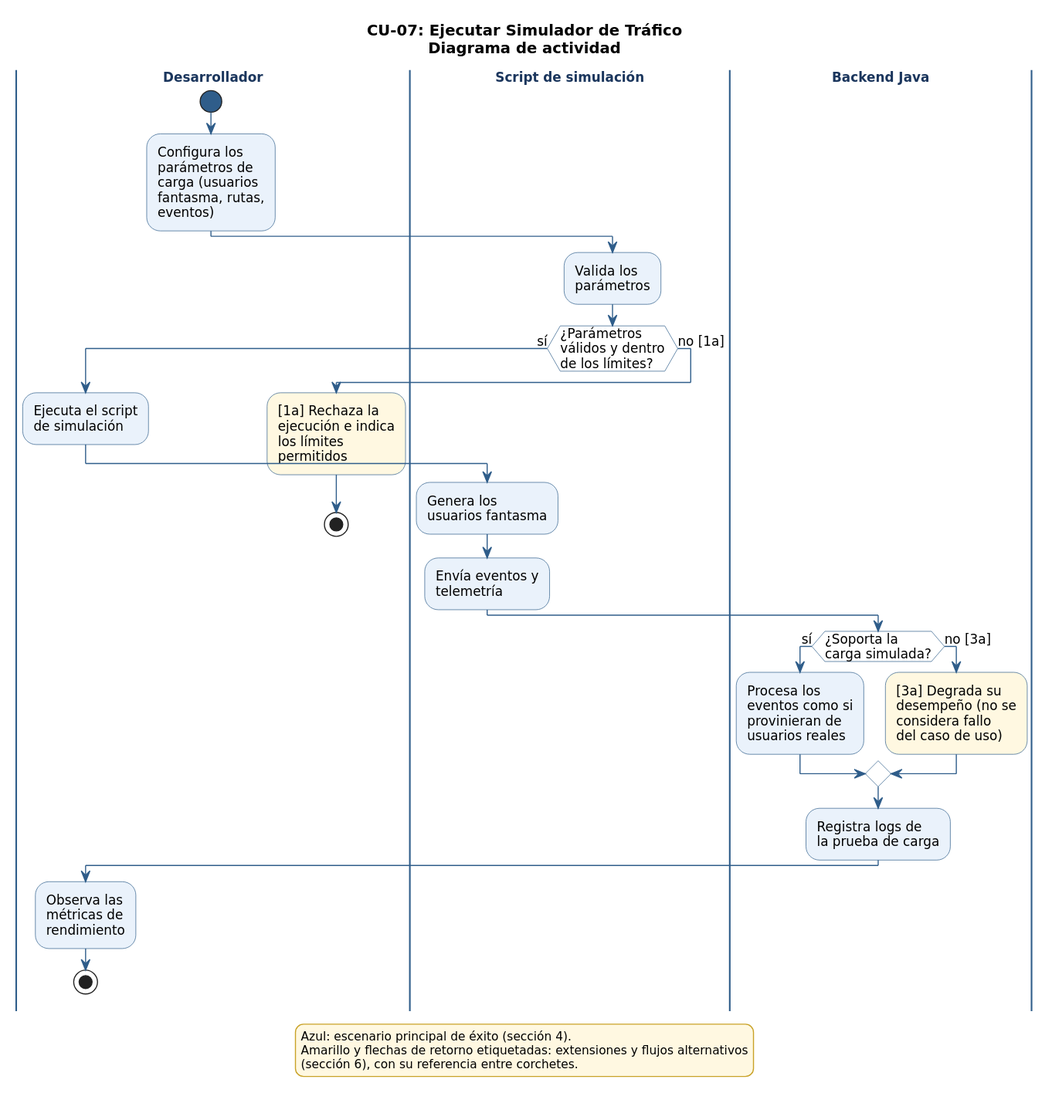
Before: 03_des/01_Diagramas_de_comportamiento/CU-07_EjecutarSimuladorTrafico.svg, a diagram exported from PlantUML (uniWASD/ChuroViajeInterno). The source it was exported from:
```plantuml
@startuml

skinparam shadowing false
skinparam defaultFontName "DejaVu Sans"
skinparam defaultFontSize 12
skinparam wrapWidth 200
skinparam ArrowColor #2F5D8A
skinparam activity {
  BackgroundColor #EAF2FB
  BorderColor #2F5D8A
  DiamondBackgroundColor #FFFFFF
  DiamondBorderColor #2F5D8A
  StartColor #2F5D8A
  EndColor #2F5D8A
}
skinparam swimlane {
  BorderColor #2F5D8A
  TitleFontStyle bold
  TitleFontColor #1B365D
}
skinparam legend {
  BackgroundColor #FFF8E1
  BorderColor #C9A227
  FontSize 11
}

title CU-07: Ejecutar Simulador de Tráfico\nDiagrama de actividad

|Desarrollador|
start
:Configura los
parámetros de
carga (usuarios
fantasma, rutas,
eventos);
|Script de simulación|
:Valida los
parámetros;
if (¿Parámetros\nválidos y dentro\nde los límites?) then (sí)
  |Desarrollador|
  :Ejecuta el script
de simulación;
  |Script de simulación|
  :Genera los
usuarios fantasma;
  :Envía eventos y
telemetría;
  |Backend Java|
  if (¿Soporta la\ncarga simulada?) then (sí)
    :Procesa los
eventos como si
provinieran de
usuarios reales;
  else (no [3a])
    #FFF8E1:[3a] Degrada su
desempeño (no se
considera fallo
del caso de uso);
  endif
  :Registra logs de
la prueba de carga;
  |Desarrollador|
  :Observa las
métricas de
rendimiento;
  stop
else (no [1a])
  #FFF8E1:[1a] Rechaza la
ejecución e indica
los límites
permitidos;
  stop
endif

legend bottom
  Azul: escenario principal de éxito (sección 4).
  Amarillo y flechas de retorno etiquetadas: extensiones y flujos alternativos
  (sección 6), con su referencia entre corchetes.
endlegend
@enduml
```
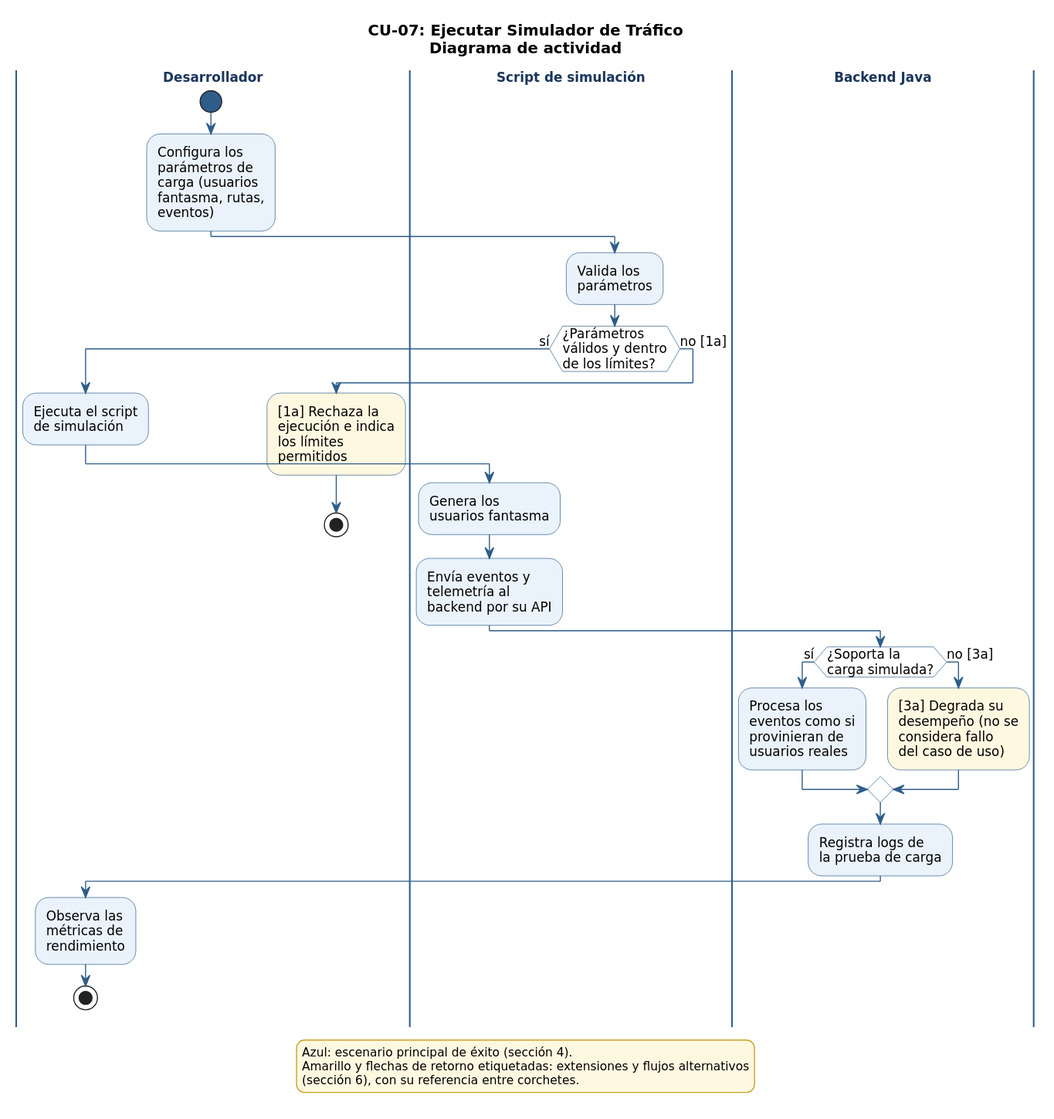
Above is the later version.

Change to the diagram source:
```diff
@@ -44,7 +44,8 @@
   :Genera los
 usuarios fantasma;
   :Envía eventos y
-telemetría;
+telemetría al
+backend por su API;
   |Backend Java|
   if (¿Soporta la\ncarga simulada?) then (sí)
     :Procesa los
```
